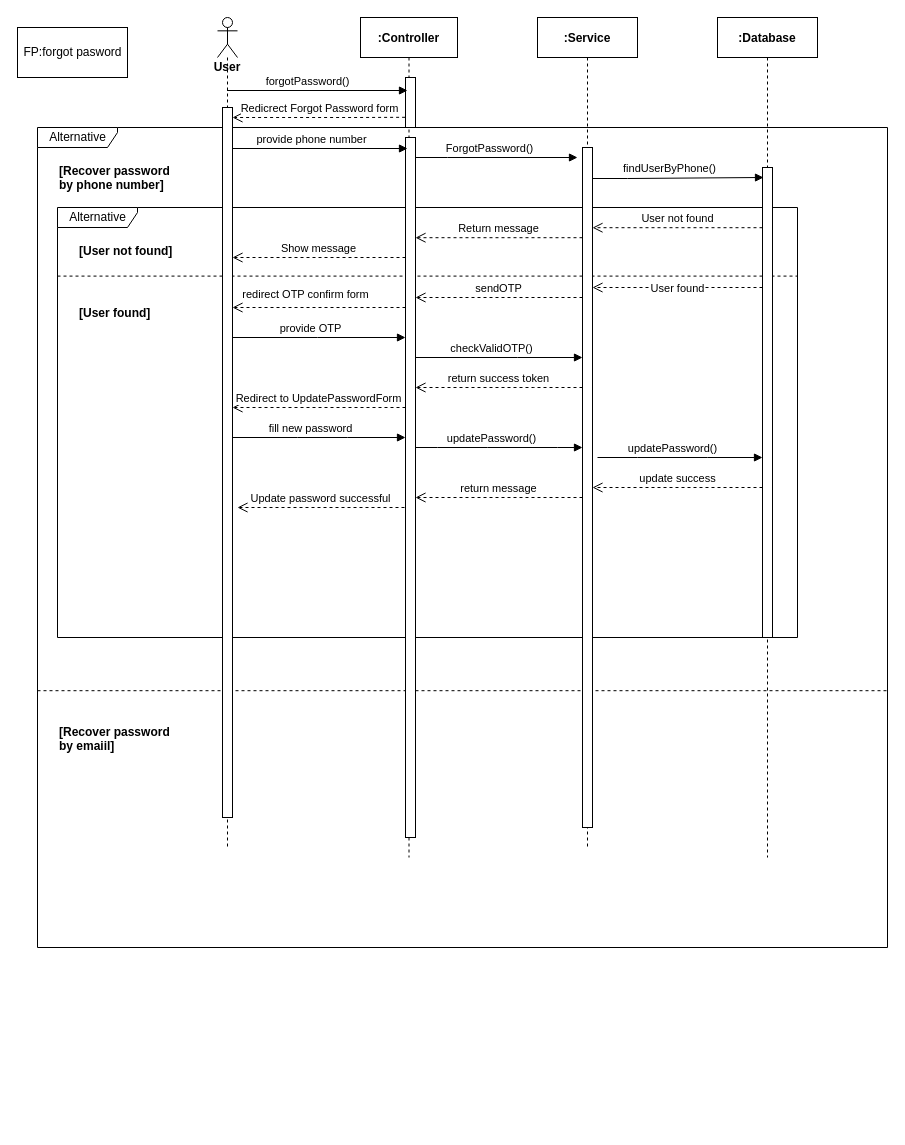
Before: page "Sequence_ForgotPassword" (3 of 3) of Login_SequenceDiagram.drawio in tue0305/DesignPatternDemo, a draw.io diagram. Source tidied: cells renumbered, new cells numbered last; positions are measured from the earlier drawing's top-left corner, leaving out a move shared by most shapes. Both pictures are drawn from the tidied source at 100%, with x=0, y=0 at pixel (17, 17).
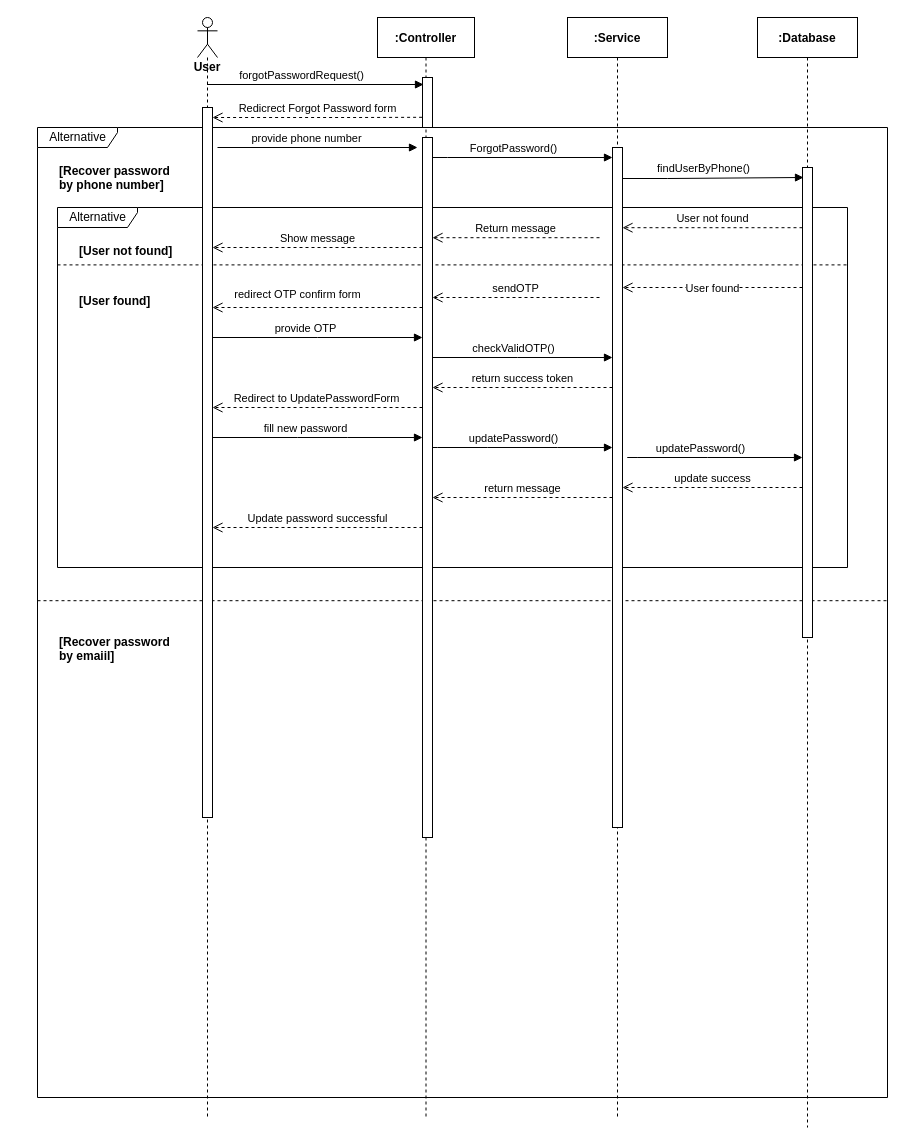
Above is the later version.

Unchanged cells that the change refers to:
```xml
<mxCell id="10" style="points=[];perimeter=orthogonalPerimeter;rounded=0;shadow=0;strokeWidth=1;" parent="9" vertex="1">
  <mxGeometry x="45" y="60" width="10" height="50" as="geometry" />
</mxCell>
<mxCell id="11" style="points=[];perimeter=orthogonalPerimeter;rounded=0;shadow=0;strokeWidth=1;" parent="9" vertex="1">
  <mxGeometry x="45" y="120" width="10" height="700" as="geometry" />
</mxCell>
<mxCell id="17" style="points=[];perimeter=orthogonalPerimeter;rounded=0;shadow=0;strokeWidth=1;" parent="16" vertex="1">
  <mxGeometry x="45" y="150" width="10" height="470" as="geometry" />
</mxCell>
<mxCell id="21" style="points=[];perimeter=orthogonalPerimeter;rounded=0;shadow=0;strokeWidth=1;" parent="20" vertex="1">
  <mxGeometry x="5" y="90" width="10" height="710" as="geometry" />
</mxCell>
```

Diff of the diagram source:
```diff
@@
     <mxCell id="2" value="Alternative" style="shape=umlFrame;tabWidth=110;tabHeight=30;tabPosition=left;html=1;boundedLbl=1;labelInHeader=1;width=80;height=20;fontStyle=0;" parent="1" vertex="1">
-      <mxGeometry x="20" y="110" width="850" height="820" as="geometry" />
+      <mxGeometry x="20" y="110" width="850" height="970" as="geometry" />
     </mxCell>
     <mxCell id="3" value="Alternative" style="shape=umlFrame;tabWidth=110;tabHeight=30;tabPosition=left;html=1;boundedLbl=1;labelInHeader=1;width=80;height=20;fontStyle=0;" parent="2" vertex="1">
-      <mxGeometry x="20" y="80" width="740" height="430" as="geometry" />
+      <mxGeometry x="20" y="80" width="790" height="360" as="geometry" />
     </mxCell>
@@
     <mxCell id="5" value="[User found]" style="line;strokeWidth=1;dashed=1;labelPosition=center;verticalLabelPosition=bottom;align=left;verticalAlign=top;spacingLeft=20;spacingTop=15;fontStyle=1;" parent="3" vertex="1">
-      <mxGeometry y="60" width="740" height="17.2" as="geometry" />
+      <mxGeometry y="50.2" width="790" height="14.4" as="geometry" />
     </mxCell>
-    <mxCell id="6" value="Update password successful" style="html=1;verticalAlign=bottom;endArrow=open;dashed=1;endSize=8;rounded=0;" parent="3" edge="1">
-      <mxGeometry relative="1" as="geometry">
-        <mxPoint x="347" y="300" as="sourcePoint" />
-        <mxPoint x="180" y="300" as="targetPoint" />
-        <Array as="points">
-          <mxPoint x="294.7" y="300" />
-        </Array>
-      </mxGeometry>
-    </mxCell>
@@
     <mxCell id="8" value="[Recover password&#10;by emaiil]" style="line;strokeWidth=1;dashed=1;labelPosition=center;verticalLabelPosition=bottom;align=left;verticalAlign=top;spacingLeft=20;spacingTop=15;fontStyle=1;" parent="2" vertex="1">
-      <mxGeometry y="550" width="850" height="26.4" as="geometry" />
+      <mxGeometry y="460" width="850" height="26.4" as="geometry" />
     </mxCell>
     <mxCell id="9" value=":Controller" style="shape=umlLifeline;perimeter=lifelinePerimeter;rounded=0;shadow=0;strokeWidth=1;fontStyle=1;" parent="1" vertex="1">
-      <mxGeometry x="343" width="97" height="840" as="geometry" />
+      <mxGeometry x="360" width="97" height="1100" as="geometry" />
     </mxCell>
@@
-    <mxCell id="14" value=":Service" style="shape=umlLifeline;perimeter=lifelinePerimeter;rounded=0;shadow=0;strokeWidth=1;fontStyle=1;" parent="1" vertex="1">
-      <mxGeometry x="520" width="100" height="830" as="geometry" />
-    </mxCell>
-    <mxCell id="15" style="points=[];perimeter=orthogonalPerimeter;rounded=0;shadow=0;strokeWidth=1;" parent="14" vertex="1">
-      <mxGeometry x="45" y="130" width="10" height="680" as="geometry" />
-    </mxCell>
     <mxCell id="16" value=":Database" style="shape=umlLifeline;perimeter=lifelinePerimeter;rounded=0;shadow=0;strokeWidth=1;fontStyle=1;" parent="1" vertex="1">
-      <mxGeometry x="700" width="100" height="840" as="geometry" />
+      <mxGeometry x="740" width="100" height="1110" as="geometry" />
     </mxCell>
@@
     <mxCell id="20" value="&lt;b&gt;User&lt;/b&gt;" style="shape=umlLifeline;participant=umlActor;perimeter=lifelinePerimeter;whiteSpace=wrap;html=1;verticalAlign=top;spacingTop=36;outlineConnect=0;" parent="1" vertex="1">
-      <mxGeometry x="200" width="20" height="830" as="geometry" />
+      <mxGeometry x="180" width="20" height="1100" as="geometry" />
     </mxCell>
@@
-    <mxCell id="22" style="html=1;verticalAlign=bottom;labelBackgroundColor=none;endArrow=block;endFill=1;rounded=0;" parent="1" edge="1" source="20">
-      <mxGeometry relative="1" as="geometry">
-        <mxPoint x="390" y="73" as="targetPoint" />
-      </mxGeometry>
+    <mxCell id="22" style="html=1;verticalAlign=bottom;labelBackgroundColor=none;endArrow=block;endFill=1;rounded=0;entryX=0.1;entryY=0.14;entryDx=0;entryDy=0;entryPerimeter=0;" parent="1" edge="1" source="20" target="10">
+      <mxGeometry relative="1" as="geometry" />
     </mxCell>
-    <mxCell id="23" value="forgotPassword()" style="edgeLabel;html=1;align=center;verticalAlign=middle;" parent="22" vertex="1">
+    <mxCell id="23" value="forgotPasswordRequest()" style="edgeLabel;html=1;align=center;verticalAlign=middle;" parent="22" vertex="1">
       <mxGeometry x="-0.22" y="3" relative="1" as="geometry">
         <mxPoint x="10" y="-7" as="offset" />
       </mxGeometry>
     </mxCell>
@@
-    <mxCell id="25" value="FP:forgot pasword" style="html=1;" parent="1" vertex="1">
-      <mxGeometry y="10" width="110" height="50" as="geometry" />
-    </mxCell>
-    <mxCell id="26" style="html=1;verticalAlign=bottom;labelBackgroundColor=none;endArrow=block;endFill=1;rounded=0;" parent="1" edge="1" source="21">
-      <mxGeometry relative="1" as="geometry">
-        <mxPoint x="390" y="131" as="targetPoint" />
-      </mxGeometry>
-    </mxCell>
-    <mxCell id="27" value="provide phone number" style="edgeLabel;html=1;align=center;verticalAlign=middle;" parent="26" vertex="1">
-      <mxGeometry x="-0.22" y="3" relative="1" as="geometry">
-        <mxPoint x="10" y="-7" as="offset" />
-      </mxGeometry>
-    </mxCell>
-    <mxCell id="28" style="html=1;verticalAlign=bottom;labelBackgroundColor=none;endArrow=block;endFill=1;rounded=0;" parent="1" edge="1" source="11">
+    <mxCell id="28" style="html=1;verticalAlign=bottom;labelBackgroundColor=none;endArrow=block;endFill=1;rounded=0;" parent="1" edge="1" source="11" target="15">
       <mxGeometry relative="1" as="geometry">
-        <mxPoint x="560" y="140" as="targetPoint" />
         <Array as="points">
           <mxPoint x="430" y="140" />
         </Array>
       </mxGeometry>
     </mxCell>
@@
     <mxCell id="41" value="Show message" style="html=1;verticalAlign=bottom;endArrow=open;dashed=1;endSize=8;rounded=0;" parent="1" edge="1" source="11" target="21">
       <mxGeometry relative="1" as="geometry">
         <Array as="points">
-          <mxPoint x="370" y="240" />
+          <mxPoint x="370" y="230" />
+          <mxPoint x="350" y="230" />
         </Array>
       </mxGeometry>
     </mxCell>
@@
+    <mxCell id="47" value="update success" style="html=1;verticalAlign=bottom;endArrow=open;dashed=1;endSize=8;rounded=0;" parent="1" edge="1" source="17" target="15">
+      <mxGeometry relative="1" as="geometry">
+        <Array as="points">
+          <mxPoint x="697.7" y="470" />
+        </Array>
+      </mxGeometry>
+    </mxCell>
+    <mxCell id="48" value="return message" style="html=1;verticalAlign=bottom;endArrow=open;dashed=1;endSize=8;rounded=0;" parent="1" edge="1" source="15" target="11">
+      <mxGeometry relative="1" as="geometry">
+        <Array as="points">
+          <mxPoint x="512.7" y="480" />
+        </Array>
+      </mxGeometry>
+    </mxCell>
+    <mxCell id="6" value="Update password successful" style="html=1;verticalAlign=bottom;endArrow=open;dashed=1;endSize=8;rounded=0;" parent="1" edge="1" source="11" target="21">
+      <mxGeometry relative="1" as="geometry">
+        <Array as="points">
+          <mxPoint x="360" y="510" />
+          <mxPoint x="335" y="510" />
+        </Array>
+      </mxGeometry>
+    </mxCell>
+    <mxCell id="49" style="html=1;verticalAlign=bottom;labelBackgroundColor=none;endArrow=block;endFill=1;rounded=0;" parent="1" edge="1">
+      <mxGeometry relative="1" as="geometry">
+        <mxPoint x="200" y="130" as="sourcePoint" />
+        <mxPoint x="400" y="130" as="targetPoint" />
+      </mxGeometry>
+    </mxCell>
+    <mxCell id="27" value="provide phone number" style="edgeLabel;html=1;align=center;verticalAlign=middle;" parent="49" vertex="1">
+      <mxGeometry x="-0.22" y="3" relative="1" as="geometry">
+        <mxPoint x="10" y="-7" as="offset" />
+      </mxGeometry>
+    </mxCell>
+    <mxCell id="14" value=":Service" style="shape=umlLifeline;perimeter=lifelinePerimeter;rounded=0;shadow=0;strokeWidth=1;fontStyle=1;" parent="1" vertex="1">
+      <mxGeometry x="550" width="100" height="1100" as="geometry" />
+    </mxCell>
+    <mxCell id="15" style="points=[];perimeter=orthogonalPerimeter;rounded=0;shadow=0;strokeWidth=1;" parent="14" vertex="1">
+      <mxGeometry x="45" y="130" width="10" height="680" as="geometry" />
+    </mxCell>
     <mxCell id="45" style="html=1;verticalAlign=bottom;labelBackgroundColor=none;endArrow=block;endFill=1;rounded=0;" parent="1" edge="1" target="17">
       <mxGeometry relative="1" as="geometry">
-        <mxPoint x="580" y="440" as="sourcePoint" />
+        <mxPoint x="620" y="440" as="sourcePoint" />
         <Array as="points">
+          <mxPoint x="610" y="440" />
           <mxPoint x="620" y="440" />
           <mxPoint x="690" y="440" />
         </Array>
       </mxGeometry>
     </mxCell>
@@
-    <mxCell id="47" value="update success" style="html=1;verticalAlign=bottom;endArrow=open;dashed=1;endSize=8;rounded=0;" parent="1" edge="1" source="17" target="15">
-      <mxGeometry relative="1" as="geometry">
-        <Array as="points">
-          <mxPoint x="697.7" y="470" />
-        </Array>
-      </mxGeometry>
-    </mxCell>
-    <mxCell id="48" value="return message" style="html=1;verticalAlign=bottom;endArrow=open;dashed=1;endSize=8;rounded=0;" parent="1" edge="1" source="15" target="11">
-      <mxGeometry relative="1" as="geometry">
-        <Array as="points">
-          <mxPoint x="512.7" y="480" />
-        </Array>
-      </mxGeometry>
-    </mxCell>
```
